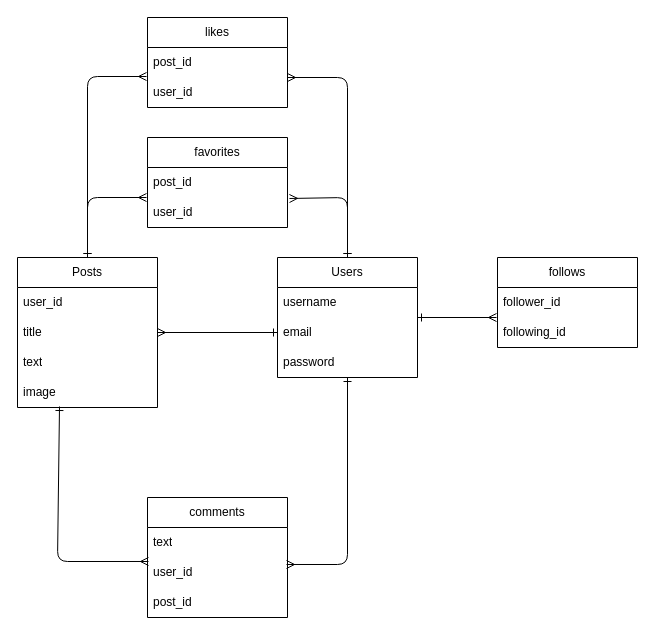
Earlier version of the draw.io diagram ER.dio (shuxin852/plactice). Source tidied: cells renumbered, new cells numbered last; positions are measured from the earlier drawing's top-left corner, leaving out a move shared by most shapes. Both pictures are drawn from the tidied source at 100%, with x=0, y=0 at pixel (17, 17).
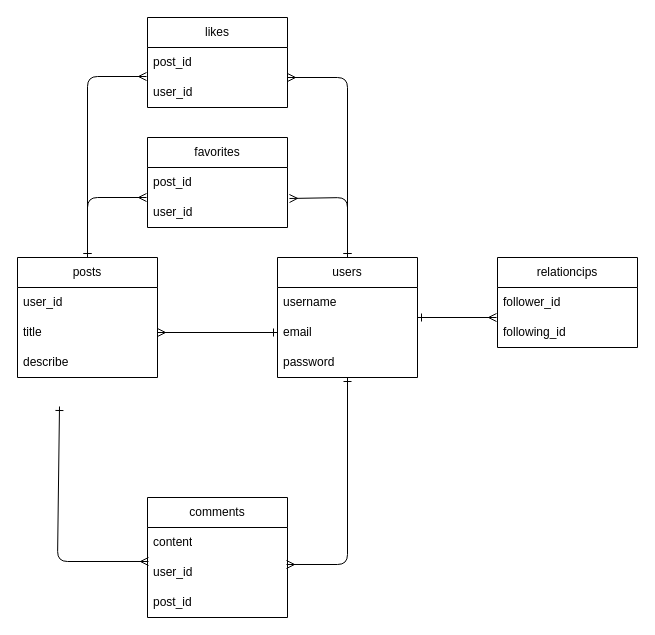
After the change.

Commit message (it also covers changes not shown here):
テーブル設計

The change refers to these unchanged cells:
```xml
<mxCell id="11" value="comments" style="swimlane;fontStyle=0;horizontal=1;startSize=30;whiteSpace=wrap;html=1;" parent="1" vertex="1">
  <mxGeometry x="130" y="480" width="140" height="120" as="geometry" />
</mxCell>
<mxCell id="13" value="user_id" style="text;strokeColor=none;fillColor=none;align=left;verticalAlign=middle;spacingLeft=4;spacingRight=4;overflow=hidden;points=[[0,0.5],[1,0.5]];portConstraint=eastwest;whiteSpace=wrap;html=1;" parent="11" vertex="1">
  <mxGeometry y="60" width="140" height="30" as="geometry" />
</mxCell>
```

Change to the diagram source:
```diff
@@
-<mxGraphModel>
+<mxGraphModel background="#ffffff">
@@
-    <mxCell id="2" value="Users" style="swimlane;fontStyle=0;horizontal=1;startSize=30;whiteSpace=wrap;html=1;" parent="1" vertex="1">
+    <mxCell id="2" value="users" style="swimlane;fontStyle=0;horizontal=1;startSize=30;whiteSpace=wrap;html=1;" parent="1" vertex="1">
       <mxGeometry x="260" y="240" width="140" height="120" as="geometry" />
     </mxCell>
@@
-    <mxCell id="6" value="Posts" style="swimlane;fontStyle=0;horizontal=1;startSize=30;whiteSpace=wrap;html=1;" parent="1" vertex="1">
-      <mxGeometry y="240" width="140" height="150" as="geometry" />
+    <mxCell id="6" value="posts" style="swimlane;fontStyle=0;horizontal=1;startSize=30;whiteSpace=wrap;html=1;" parent="1" vertex="1">
+      <mxGeometry y="240" width="140" height="120" as="geometry" />
     </mxCell>
@@
-    <mxCell id="9" value="text" style="text;strokeColor=none;fillColor=none;align=left;verticalAlign=middle;spacingLeft=4;spacingRight=4;overflow=hidden;whiteSpace=wrap;html=1;" parent="6" vertex="1">
+    <mxCell id="9" value="describe" style="text;strokeColor=none;fillColor=none;align=left;verticalAlign=middle;spacingLeft=4;spacingRight=4;overflow=hidden;whiteSpace=wrap;html=1;" parent="6" vertex="1">
       <mxGeometry y="90" width="140" height="30" as="geometry" />
     </mxCell>
-    <mxCell id="10" value="image" style="text;strokeColor=none;fillColor=none;align=left;verticalAlign=middle;spacingLeft=4;spacingRight=4;overflow=hidden;points=[[0,0.5],[1,0.5]];portConstraint=eastwest;whiteSpace=wrap;html=1;" parent="6" vertex="1">
-      <mxGeometry y="120" width="140" height="30" as="geometry" />
-    </mxCell>
@@
-    <mxCell id="12" value="text" style="text;strokeColor=none;fillColor=none;align=left;verticalAlign=middle;spacingLeft=4;spacingRight=4;overflow=hidden;whiteSpace=wrap;html=1;" parent="11" vertex="1">
+    <mxCell id="12" value="content" style="text;strokeColor=none;fillColor=none;align=left;verticalAlign=middle;spacingLeft=4;spacingRight=4;overflow=hidden;whiteSpace=wrap;html=1;" parent="11" vertex="1">
       <mxGeometry y="30" width="140" height="30" as="geometry" />
     </mxCell>
@@
-    <mxCell id="15" value="follows" style="swimlane;fontStyle=0;horizontal=1;startSize=30;whiteSpace=wrap;html=1;" parent="1" vertex="1">
+    <mxCell id="15" value="relationcips" style="swimlane;fontStyle=0;horizontal=1;startSize=30;whiteSpace=wrap;html=1;" parent="1" vertex="1">
       <mxGeometry x="480" y="240" width="140" height="90" as="geometry" />
     </mxCell>
@@
-    <mxCell id="25" style="endArrow=ERmany;html=1;endFill=0;startArrow=ERone;startFill=0;entryX=0.007;entryY=0.133;entryDx=0;entryDy=0;entryPerimeter=0;exitX=0.3;exitY=0.967;exitDx=0;exitDy=0;exitPerimeter=0;" parent="1" edge="1" source="10" target="13">
+    <mxCell id="25" style="endArrow=ERmany;html=1;endFill=0;startArrow=ERone;startFill=0;entryX=0.007;entryY=0.133;entryDx=0;entryDy=0;entryPerimeter=0;exitX=0.3;exitY=0.967;exitDx=0;exitDy=0;exitPerimeter=0;" parent="1" edge="1" target="13">
       <mxGeometry relative="1" as="geometry">
+        <mxPoint x="42" y="389" as="sourcePoint" />
         <Array as="points">
           <mxPoint x="40" y="544" />
         </Array>
       </mxGeometry>
     </mxCell>
```
